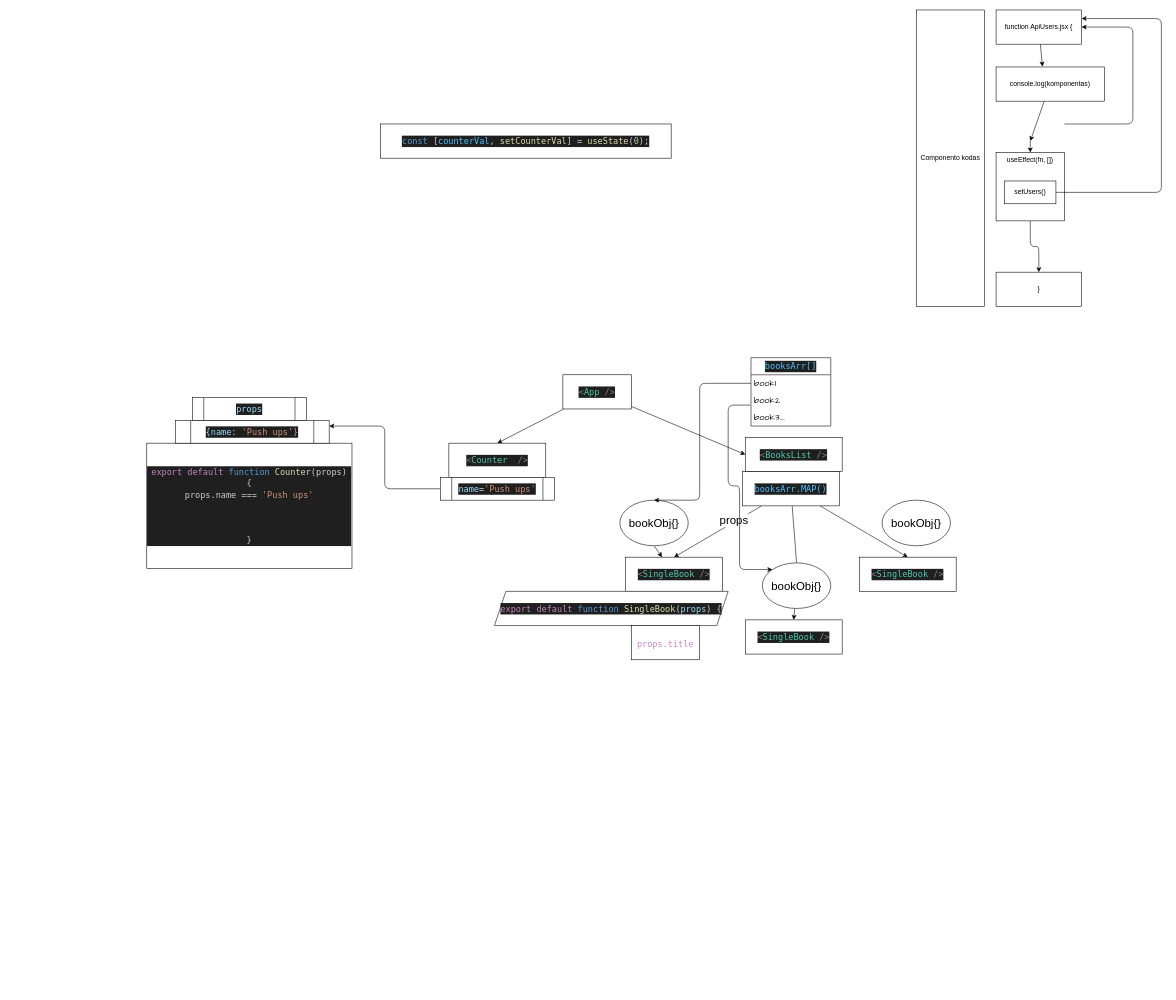
Above: draw.drawio in MariusCodeAcademy/feu8_17_react_pasikartojimas (draw.io), before the change. Source tidied: cells renumbered, new cells numbered last; positions are measured from the earlier drawing's top-left corner, leaving out a move shared by most shapes. Both pictures are drawn from the tidied source at 57%, with x=0, y=0 at pixel (146, 10).
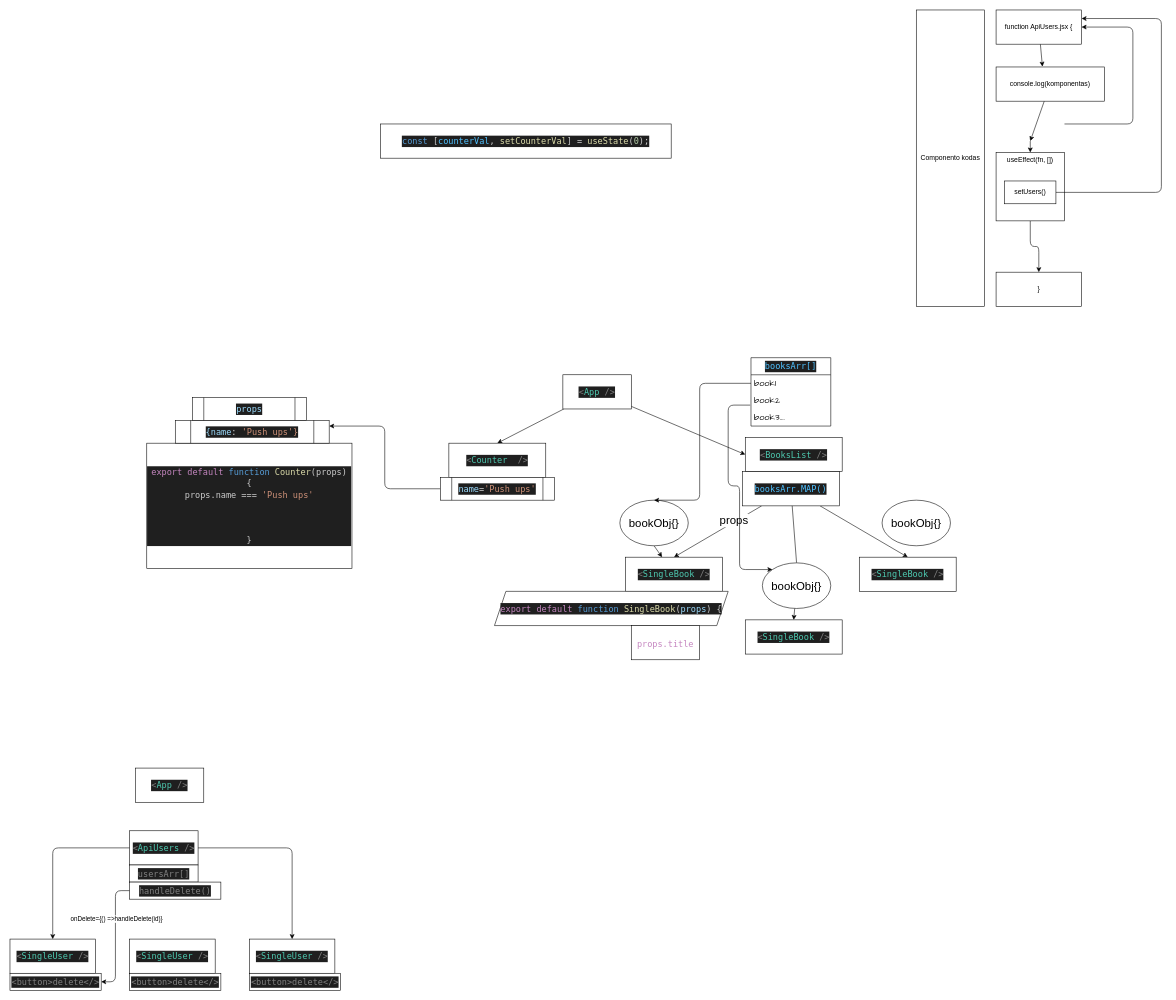
Above is the later version.

What changed in the source:
```diff
@@
+    <mxCell id="46" value="&lt;div style=&quot;color: rgb(204, 204, 204); background-color: rgb(31, 31, 31); font-family: &amp;quot;Cascadia code PL&amp;quot;, Menlo, Monaco, &amp;quot;Courier New&amp;quot;, monospace, Consolas, &amp;quot;Courier New&amp;quot;, monospace; font-size: 15px; line-height: 20px;&quot;&gt;&lt;span style=&quot;color: #808080;&quot;&gt;&amp;lt;&lt;/span&gt;&lt;span style=&quot;color: #4ec9b0;&quot;&gt;App&lt;/span&gt; &lt;span style=&quot;color: #808080;&quot;&gt;/&amp;gt;&lt;/span&gt;&lt;/div&gt;" style="rounded=0;whiteSpace=wrap;html=1;hachureGap=4;fontFamily=Architects Daughter;fontSize=20;" parent="1" vertex="1">
+      <mxGeometry x="-20" y="1330" width="120" height="60" as="geometry" />
+    </mxCell>
+    <mxCell id="47" style="html=1;entryX=0.5;entryY=0;entryDx=0;entryDy=0;edgeStyle=orthogonalEdgeStyle;" parent="1" edge="1" source="49" target="54">
+      <mxGeometry relative="1" as="geometry" />
+    </mxCell>
+    <mxCell id="48" style="edgeStyle=orthogonalEdgeStyle;html=1;entryX=0.5;entryY=0;entryDx=0;entryDy=0;" parent="1" edge="1" source="49" target="58">
+      <mxGeometry relative="1" as="geometry" />
+    </mxCell>
+    <mxCell id="49" value="&lt;div style=&quot;color: rgb(204, 204, 204); background-color: rgb(31, 31, 31); font-family: &amp;quot;Cascadia code PL&amp;quot;, Menlo, Monaco, &amp;quot;Courier New&amp;quot;, monospace, Consolas, &amp;quot;Courier New&amp;quot;, monospace; font-size: 15px; line-height: 20px;&quot;&gt;&lt;span style=&quot;color: #808080;&quot;&gt;&amp;lt;&lt;/span&gt;&lt;span style=&quot;color: #4ec9b0;&quot;&gt;ApiUsers&lt;/span&gt; &lt;span style=&quot;color: #808080;&quot;&gt;/&amp;gt;&lt;/span&gt;&lt;/div&gt;" style="rounded=0;whiteSpace=wrap;html=1;hachureGap=4;fontFamily=Architects Daughter;fontSize=20;" parent="1" vertex="1">
+      <mxGeometry x="-30" y="1440" width="120" height="60" as="geometry" />
+    </mxCell>
+    <mxCell id="50" value="&lt;div style=&quot;background-color: rgb(31, 31, 31); font-family: &amp;quot;Cascadia code PL&amp;quot;, Menlo, Monaco, &amp;quot;Courier New&amp;quot;, monospace, Consolas, &amp;quot;Courier New&amp;quot;, monospace; font-size: 15px; line-height: 20px;&quot;&gt;&lt;font color=&quot;#808080&quot;&gt;usersArr[]&lt;/font&gt;&lt;/div&gt;" style="rounded=0;whiteSpace=wrap;html=1;hachureGap=4;fontFamily=Architects Daughter;fontSize=20;" parent="1" vertex="1">
+      <mxGeometry x="-30" y="1500" width="120" height="30" as="geometry" />
+    </mxCell>
+    <mxCell id="51" style="edgeStyle=orthogonalEdgeStyle;html=1;entryX=1;entryY=0.5;entryDx=0;entryDy=0;" parent="1" edge="1" source="53" target="55">
+      <mxGeometry relative="1" as="geometry" />
+    </mxCell>
+    <mxCell id="52" value="onDelete={() =&amp;gt;handleDelete(id)}" style="edgeLabel;html=1;align=center;verticalAlign=middle;" parent="51" vertex="1">
+      <mxGeometry x="-0.3" y="1" relative="1" as="geometry" />
+    </mxCell>
+    <mxCell id="53" value="&lt;div style=&quot;background-color: rgb(31, 31, 31); font-family: &amp;quot;Cascadia code PL&amp;quot;, Menlo, Monaco, &amp;quot;Courier New&amp;quot;, monospace, Consolas, &amp;quot;Courier New&amp;quot;, monospace; font-size: 15px; line-height: 20px;&quot;&gt;&lt;font color=&quot;#808080&quot;&gt;handleDelete()&lt;/font&gt;&lt;/div&gt;" style="rounded=0;whiteSpace=wrap;html=1;hachureGap=4;fontFamily=Architects Daughter;fontSize=20;" parent="1" vertex="1">
+      <mxGeometry x="-30" y="1530" width="160" height="30" as="geometry" />
+    </mxCell>
+    <mxCell id="54" value="&lt;div style=&quot;color: rgb(204, 204, 204); background-color: rgb(31, 31, 31); font-family: &amp;quot;Cascadia code PL&amp;quot;, Menlo, Monaco, &amp;quot;Courier New&amp;quot;, monospace, Consolas, &amp;quot;Courier New&amp;quot;, monospace; font-size: 15px; line-height: 20px;&quot;&gt;&lt;span style=&quot;color: #808080;&quot;&gt;&amp;lt;&lt;/span&gt;&lt;span style=&quot;color: #4ec9b0;&quot;&gt;SingleUser&lt;/span&gt; &lt;span style=&quot;color: #808080;&quot;&gt;/&amp;gt;&lt;/span&gt;&lt;/div&gt;" style="rounded=0;whiteSpace=wrap;html=1;hachureGap=4;fontFamily=Architects Daughter;fontSize=20;" parent="1" vertex="1">
+      <mxGeometry x="-240" y="1630" width="150" height="60" as="geometry" />
+    </mxCell>
+    <mxCell id="55" value="&lt;div style=&quot;background-color: rgb(31, 31, 31); font-family: &amp;quot;Cascadia code PL&amp;quot;, Menlo, Monaco, &amp;quot;Courier New&amp;quot;, monospace, Consolas, &amp;quot;Courier New&amp;quot;, monospace; font-size: 15px; line-height: 20px;&quot;&gt;&lt;font color=&quot;#808080&quot;&gt;&amp;lt;button&amp;gt;delete&amp;lt;/&amp;gt;&lt;/font&gt;&lt;/div&gt;" style="rounded=0;whiteSpace=wrap;html=1;hachureGap=4;fontFamily=Architects Daughter;fontSize=20;" parent="1" vertex="1">
+      <mxGeometry x="-240" y="1690" width="160" height="30" as="geometry" />
+    </mxCell>
+    <mxCell id="56" value="&lt;div style=&quot;color: rgb(204, 204, 204); background-color: rgb(31, 31, 31); font-family: &amp;quot;Cascadia code PL&amp;quot;, Menlo, Monaco, &amp;quot;Courier New&amp;quot;, monospace, Consolas, &amp;quot;Courier New&amp;quot;, monospace; font-size: 15px; line-height: 20px;&quot;&gt;&lt;span style=&quot;color: #808080;&quot;&gt;&amp;lt;&lt;/span&gt;&lt;span style=&quot;color: #4ec9b0;&quot;&gt;SingleUser&lt;/span&gt; &lt;span style=&quot;color: #808080;&quot;&gt;/&amp;gt;&lt;/span&gt;&lt;/div&gt;" style="rounded=0;whiteSpace=wrap;html=1;hachureGap=4;fontFamily=Architects Daughter;fontSize=20;" parent="1" vertex="1">
+      <mxGeometry x="-30" y="1630" width="150" height="60" as="geometry" />
+    </mxCell>
+    <mxCell id="57" value="&lt;div style=&quot;background-color: rgb(31, 31, 31); font-family: &amp;quot;Cascadia code PL&amp;quot;, Menlo, Monaco, &amp;quot;Courier New&amp;quot;, monospace, Consolas, &amp;quot;Courier New&amp;quot;, monospace; font-size: 15px; line-height: 20px;&quot;&gt;&lt;font color=&quot;#808080&quot;&gt;&amp;lt;button&amp;gt;delete&amp;lt;/&amp;gt;&lt;/font&gt;&lt;/div&gt;" style="rounded=0;whiteSpace=wrap;html=1;hachureGap=4;fontFamily=Architects Daughter;fontSize=20;" parent="1" vertex="1">
+      <mxGeometry x="-30" y="1690" width="160" height="30" as="geometry" />
+    </mxCell>
+    <mxCell id="58" value="&lt;div style=&quot;color: rgb(204, 204, 204); background-color: rgb(31, 31, 31); font-family: &amp;quot;Cascadia code PL&amp;quot;, Menlo, Monaco, &amp;quot;Courier New&amp;quot;, monospace, Consolas, &amp;quot;Courier New&amp;quot;, monospace; font-size: 15px; line-height: 20px;&quot;&gt;&lt;span style=&quot;color: #808080;&quot;&gt;&amp;lt;&lt;/span&gt;&lt;span style=&quot;color: #4ec9b0;&quot;&gt;SingleUser&lt;/span&gt; &lt;span style=&quot;color: #808080;&quot;&gt;/&amp;gt;&lt;/span&gt;&lt;/div&gt;" style="rounded=0;whiteSpace=wrap;html=1;hachureGap=4;fontFamily=Architects Daughter;fontSize=20;" parent="1" vertex="1">
+      <mxGeometry x="180" y="1630" width="150" height="60" as="geometry" />
+    </mxCell>
+    <mxCell id="59" value="&lt;div style=&quot;background-color: rgb(31, 31, 31); font-family: &amp;quot;Cascadia code PL&amp;quot;, Menlo, Monaco, &amp;quot;Courier New&amp;quot;, monospace, Consolas, &amp;quot;Courier New&amp;quot;, monospace; font-size: 15px; line-height: 20px;&quot;&gt;&lt;font color=&quot;#808080&quot;&gt;&amp;lt;button&amp;gt;delete&amp;lt;/&amp;gt;&lt;/font&gt;&lt;/div&gt;" style="rounded=0;whiteSpace=wrap;html=1;hachureGap=4;fontFamily=Architects Daughter;fontSize=20;" parent="1" vertex="1">
+      <mxGeometry x="180" y="1690" width="160" height="30" as="geometry" />
+    </mxCell>
```
